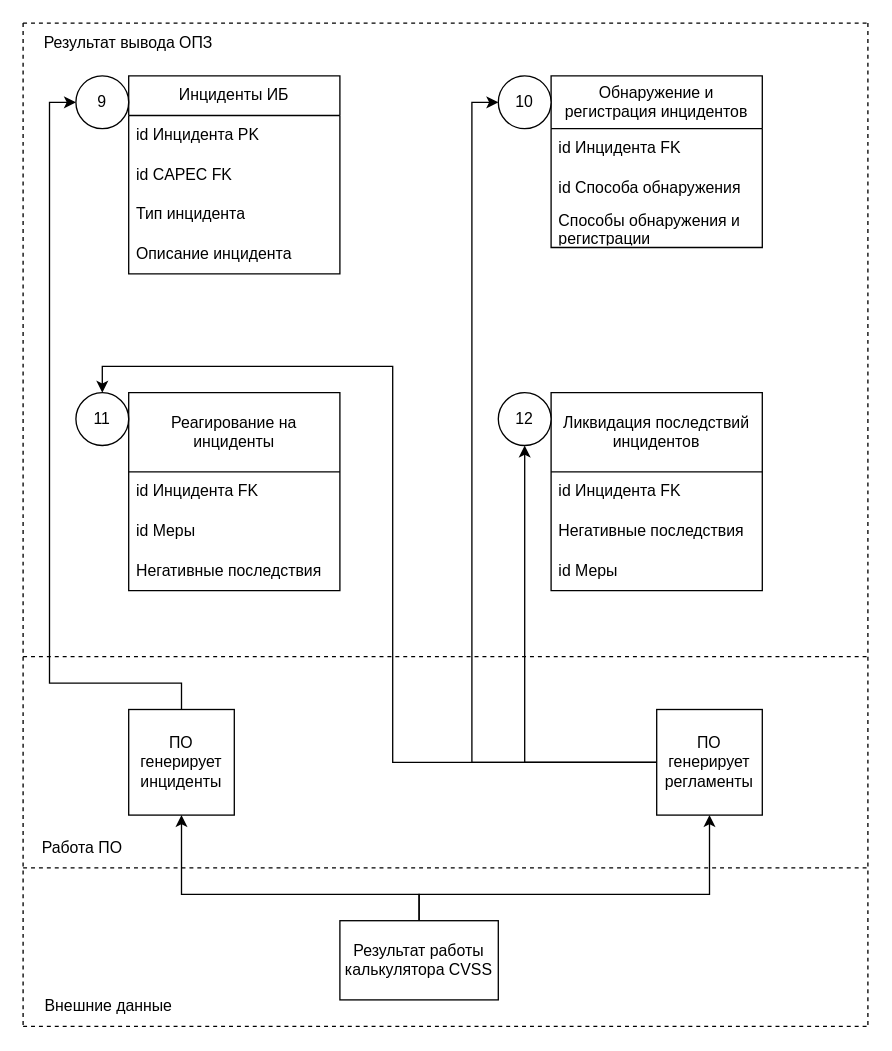
SmirnovBogdan8/Diplom keeps this draw.io diagram as New_Shema_OPZ/(Обновленная схема ОПЗ) Частные регламенты.drawio. Above is the earlier version. Source tidied: cells renumbered, new cells numbered last; positions are measured from the earlier drawing's top-left corner, leaving out a move shared by most shapes. Both pictures are drawn from the tidied source at 132%, with x=0, y=0 at pixel (22, 22).
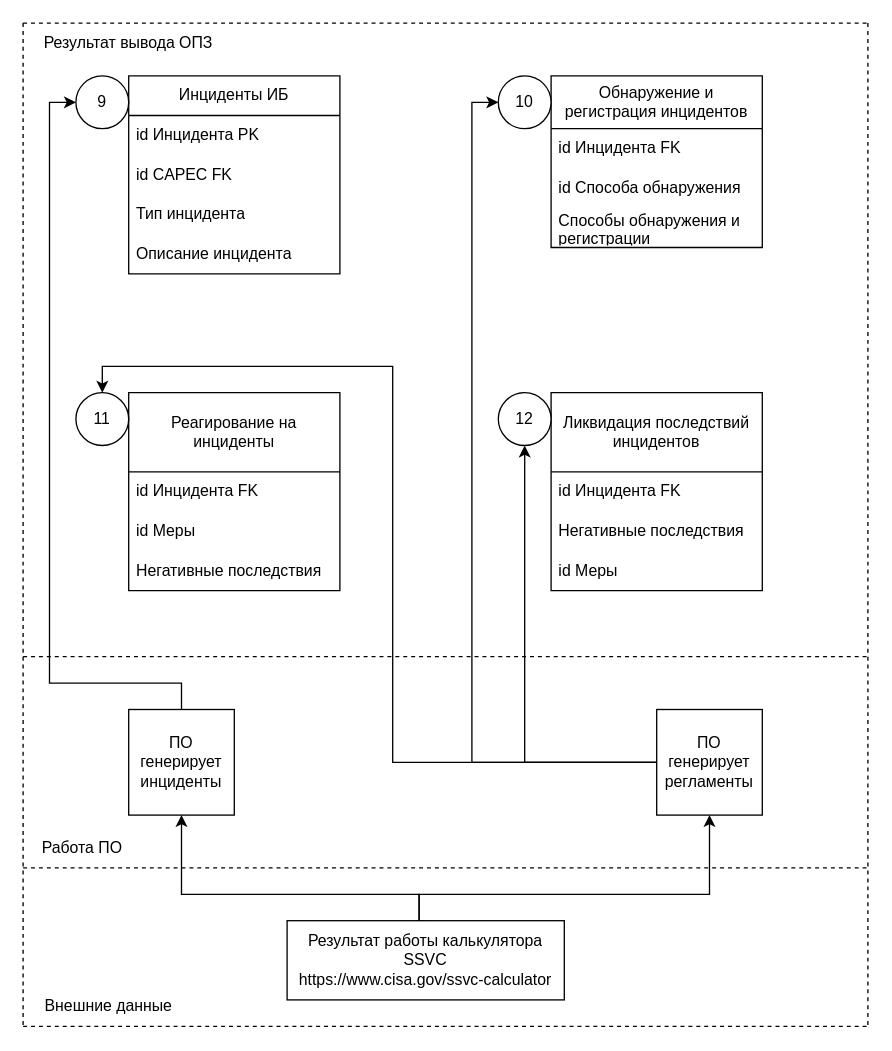
Above is the later version.

Commit message (it also covers changes not shown here):
Внесение программ Galeax-CVE2CAPEC и SSVC Calculator

The edit, as a diff of the source:
```diff
@@
-    <mxCell id="32" value="Результат работы калькулятора CVSS" style="rounded=0;whiteSpace=wrap;html=1;" parent="1" vertex="1">
-      <mxGeometry x="240" y="680" width="120" height="60" as="geometry" />
+    <mxCell id="32" value="Результат работы калькулятора SSVC&lt;div&gt;https://www.cisa.gov/ssvc-calculator&lt;br&gt;&lt;/div&gt;" style="rounded=0;whiteSpace=wrap;html=1;" parent="1" vertex="1">
+      <mxGeometry x="200" y="680" width="210" height="60" as="geometry" />
     </mxCell>
```
